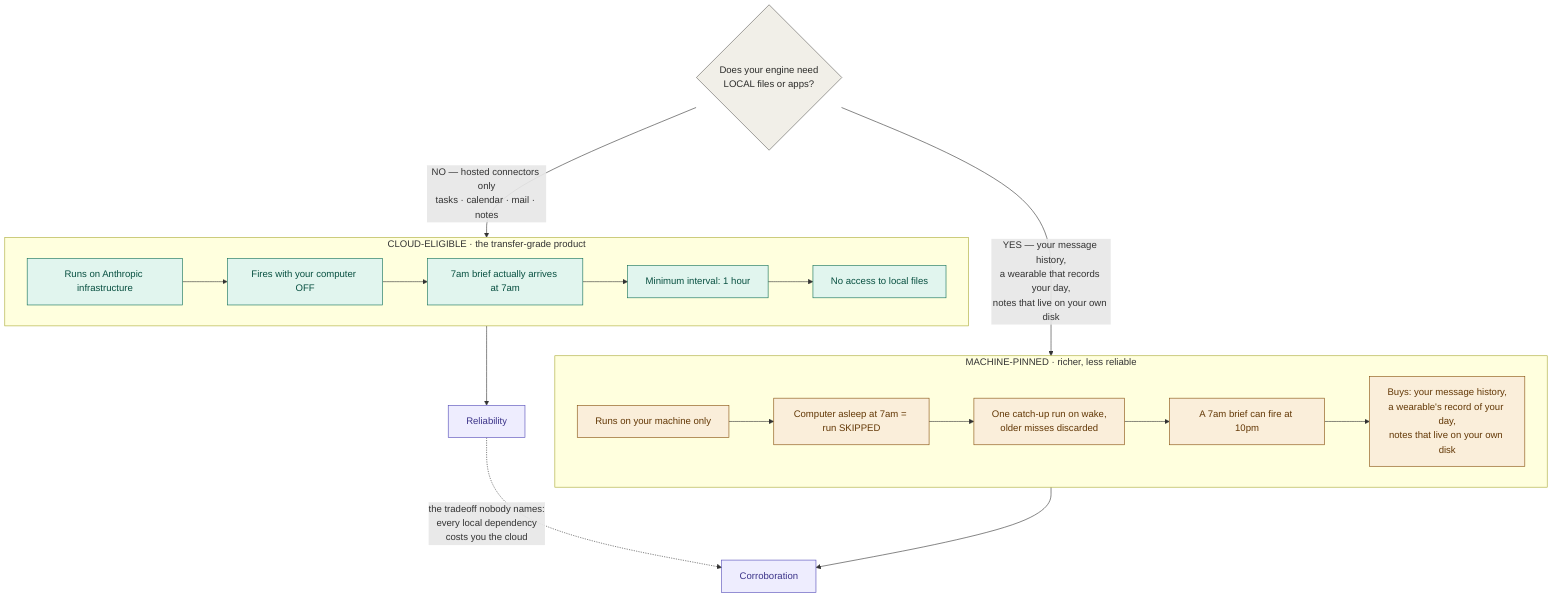
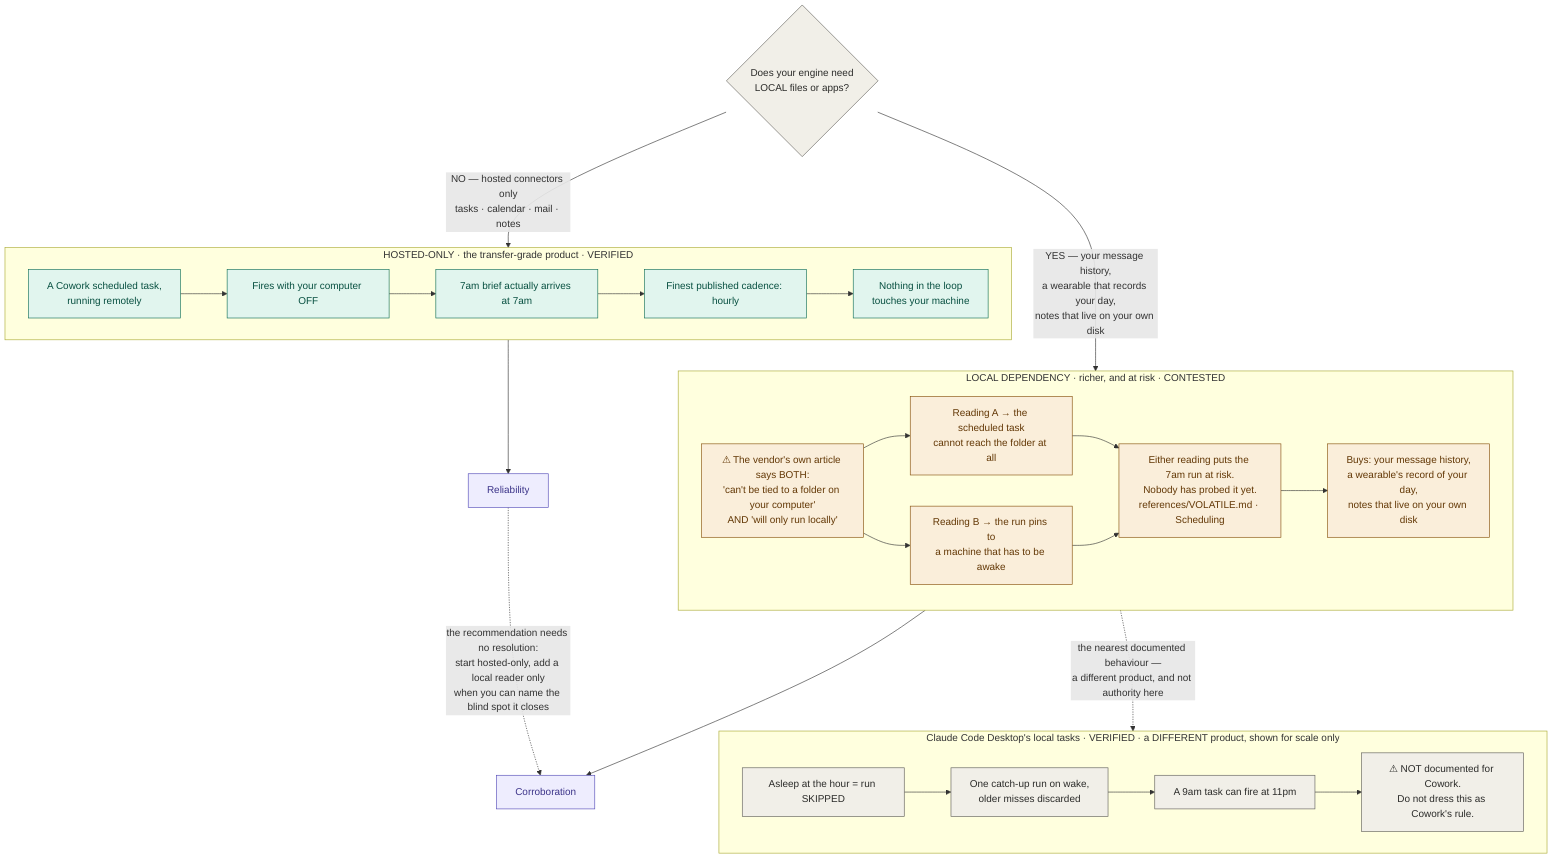
graph TB
    START{"Does your engine need<br/>LOCAL files or apps?"}

    START -->|"NO — hosted connectors only<br/>tasks · calendar · mail · notes"| CLOUD
    START -->|"YES — your message history,<br/>a wearable that records your day,<br/>notes that live on your own disk"| LOCAL

-     subgraph CLOUD["CLOUD-ELIGIBLE · the transfer-grade product"]
-         C1["Runs on Anthropic infrastructure"]
+     subgraph CLOUD["HOSTED-ONLY · the transfer-grade product · VERIFIED"]
+         C1["A Cowork scheduled task,<br/>running remotely"]
        C2["Fires with your computer OFF"]
        C3["7am brief actually arrives at 7am"]
-         C4["Minimum interval: 1 hour"]
-         C5["No access to local files"]
+         C4["Finest published cadence: hourly"]
+         C5["Nothing in the loop<br/>touches your machine"]
        C1 --> C2 --> C3 --> C4 --> C5
    end

-     subgraph LOCAL["MACHINE-PINNED · richer, less reliable"]
-         L1["Runs on your machine only"]
-         L2["Computer asleep at 7am = run SKIPPED"]
-         L3["One catch-up run on wake,<br/>older misses discarded"]
-         L4["A 7am brief can fire at 10pm"]
+     subgraph LOCAL["LOCAL DEPENDENCY · richer, and at risk · CONTESTED"]
+         L1["⚠ The vendor's own article says BOTH:<br/>'can't be tied to a folder on your computer'<br/>AND 'will only run locally'"]
+         L2["Reading A → the scheduled task<br/>cannot reach the folder at all"]
+         L3["Reading B → the run pins to<br/>a machine that has to be awake"]
+         L4["Either reading puts the 7am run at risk.<br/>Nobody has probed it yet.<br/>references/VOLATILE.md · Scheduling"]
        L5["Buys: your message history,<br/>a wearable's record of your day,<br/>notes that live on your own disk"]
-         L1 --> L2 --> L3 --> L4 --> L5
+         L1 --> L2 --> L4
+         L1 --> L3 --> L4
+         L4 --> L5
    end
+ 
+     subgraph CCD["Claude Code Desktop's local tasks · VERIFIED · a DIFFERENT product, shown for scale only"]
+         D1["Asleep at the hour = run SKIPPED"]
+         D2["One catch-up run on wake,<br/>older misses discarded"]
+         D3["A 9am task can fire at 11pm"]
+         D4["⚠ NOT documented for Cowork.<br/>Do not dress this as Cowork's rule."]
+         D1 --> D2 --> D3 --> D4
+     end
+ 
+     LOCAL -.->|"the nearest documented behaviour —<br/>a different product, and not authority here"| CCD

    CLOUD --> WIN["Reliability"]
    LOCAL --> WIN2["Corroboration"]

-     WIN -.->|"the tradeoff nobody names:<br/>every local dependency<br/>costs you the cloud"| WIN2
+     WIN -.->|"the recommendation needs no resolution:<br/>start hosted-only, add a local reader only<br/>when you can name the blind spot it closes"| WIN2

    classDef q fill:#F1EFE8,stroke:#5F5E5A,color:#2C2C2A
    classDef good fill:#E1F5EE,stroke:#0F6E56,color:#085041
    classDef warn fill:#FAEEDA,stroke:#854F0B,color:#633806
    classDef res fill:#EEEDFE,stroke:#534AB7,color:#3C3489

    class START q
    class C1,C2,C3,C4,C5 good
    class L1,L2,L3,L4,L5 warn
+     class D1,D2,D3,D4 q
    class WIN,WIN2 res
